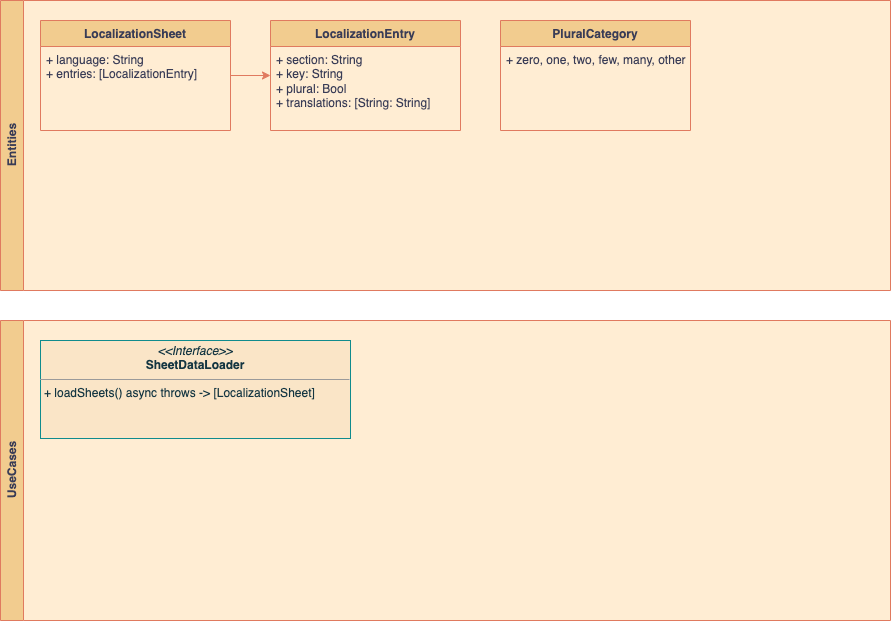
Earlier version of the draw.io export Resources/Docs/Architecture/Domain/Images/localization_domain.png (poviolabs/Lingua). Source tidied: cells renumbered, new cells last; positions are measured from the earlier drawing's top-left corner, leaving out a move shared by most shapes.
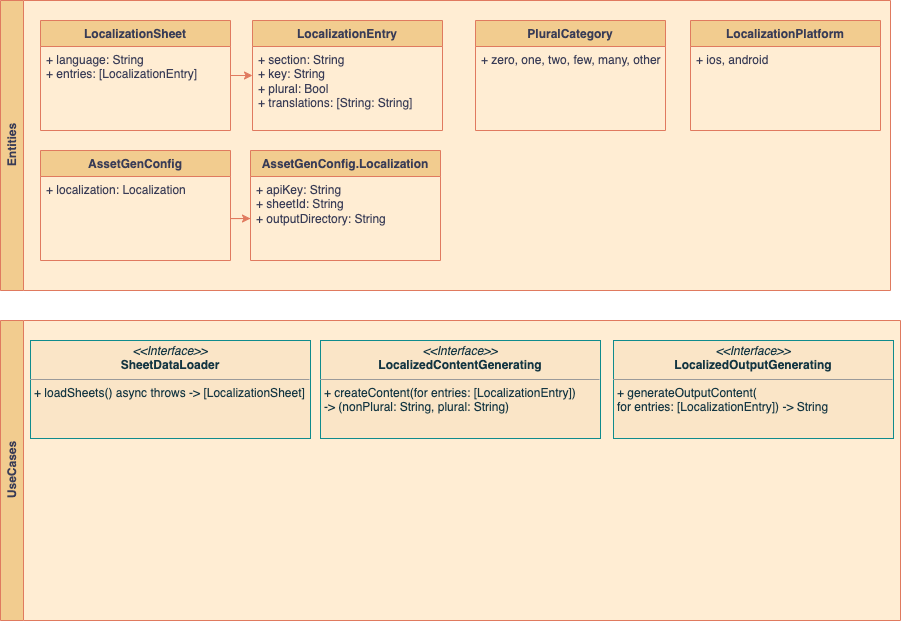
The same file after the commit.

Commit message:
Add LocalizationPlatform and AssetGenConfig entities (#22)

The edit, as a diff of the source:
```diff
@@ -6,17 +6,38 @@
       <mxGeometry width="890" height="290" as="geometry" />
     </mxCell>
     <mxCell id="3" value="LocalizationEntry" style="swimlane;fontStyle=1;align=center;verticalAlign=top;horizontal=1;startSize=26;whiteSpace=wrap;html=1;strokeColor=#E07A5F;fontColor=#393C56;fillColor=#F2CC8F;" parent="2" vertex="1">
-      <mxGeometry x="270" y="20" width="190" height="110" as="geometry" />
+      <mxGeometry x="252" y="20" width="190" height="110" as="geometry" />
     </mxCell>
     <mxCell id="4" value="+&amp;nbsp;section&lt;span style=&quot;background-color: initial;&quot;&gt;: String&lt;/span&gt;&lt;br&gt;+ key: String&lt;br&gt;+ plural: Bool&lt;br&gt;+ translations: [String: String]" style="text;strokeColor=none;fillColor=none;align=left;verticalAlign=top;spacingLeft=4;spacingRight=4;overflow=hidden;whiteSpace=wrap;html=1;fontColor=#393C56;" parent="3" vertex="1">
       <mxGeometry y="26" width="190" height="84" as="geometry" />
     </mxCell>
     <mxCell id="5" value="PluralCategory" style="swimlane;fontStyle=1;align=center;verticalAlign=top;horizontal=1;startSize=26;whiteSpace=wrap;html=1;strokeColor=#E07A5F;fontColor=#393C56;fillColor=#F2CC8F;" parent="2" vertex="1">
-      <mxGeometry x="500" y="20" width="190" height="110" as="geometry" />
+      <mxGeometry x="475" y="20" width="190" height="110" as="geometry" />
     </mxCell>
     <mxCell id="6" value="+ zero, one, two, few, many, other" style="text;strokeColor=none;fillColor=none;align=left;verticalAlign=top;spacingLeft=4;spacingRight=4;overflow=hidden;whiteSpace=wrap;html=1;fontColor=#393C56;" parent="5" vertex="1">
       <mxGeometry y="26" width="190" height="84" as="geometry" />
     </mxCell>
+    <mxCell id="12" value="LocalizationPlatform" style="swimlane;fontStyle=1;align=center;verticalAlign=top;horizontal=1;startSize=26;whiteSpace=wrap;html=1;strokeColor=#E07A5F;fontColor=#393C56;fillColor=#F2CC8F;" parent="2" vertex="1">
+      <mxGeometry x="690" y="20" width="190" height="110" as="geometry" />
+    </mxCell>
+    <mxCell id="13" value="+ ios, android" style="text;strokeColor=none;fillColor=none;align=left;verticalAlign=top;spacingLeft=4;spacingRight=4;overflow=hidden;whiteSpace=wrap;html=1;fontColor=#393C56;" parent="12" vertex="1">
+      <mxGeometry y="26" width="190" height="84" as="geometry" />
+    </mxCell>
+    <mxCell id="14" value="AssetGenConfig" style="swimlane;fontStyle=1;align=center;verticalAlign=top;horizontal=1;startSize=26;whiteSpace=wrap;html=1;strokeColor=#E07A5F;fontColor=#393C56;fillColor=#F2CC8F;" parent="2" vertex="1">
+      <mxGeometry x="40" y="150" width="190" height="110" as="geometry" />
+    </mxCell>
+    <mxCell id="15" value="+ localization:&amp;nbsp;Localization" style="text;strokeColor=none;fillColor=none;align=left;verticalAlign=top;spacingLeft=4;spacingRight=4;overflow=hidden;points=[[0,0.5],[1,0.5]];portConstraint=eastwest;whiteSpace=wrap;html=1;fontColor=#393C56;" parent="14" vertex="1">
+      <mxGeometry y="26" width="190" height="84" as="geometry" />
+    </mxCell>
+    <mxCell id="16" value="AssetGenConfig.Localization" style="swimlane;fontStyle=1;align=center;verticalAlign=top;horizontal=1;startSize=26;whiteSpace=wrap;html=1;strokeColor=#E07A5F;fontColor=#393C56;fillColor=#F2CC8F;" parent="2" vertex="1">
+      <mxGeometry x="250" y="150" width="190" height="110" as="geometry" />
+    </mxCell>
+    <mxCell id="17" value="+ apiKey: String&lt;br&gt;+ sheetId: String&lt;br&gt;+ outputDirectory: String" style="text;strokeColor=none;fillColor=none;align=left;verticalAlign=top;spacingLeft=4;spacingRight=4;overflow=hidden;points=[[0,0.5],[1,0.5]];portConstraint=eastwest;whiteSpace=wrap;html=1;fontColor=#393C56;" parent="16" vertex="1">
+      <mxGeometry y="26" width="190" height="84" as="geometry" />
+    </mxCell>
+    <mxCell id="18" style="edgeStyle=orthogonalEdgeStyle;rounded=0;jettySize=auto;html=1;entryX=0;entryY=0.5;entryDx=0;entryDy=0;strokeColor=#E07A5F;fontColor=#393C56;fillColor=#F2CC8F;" parent="2" edge="1" source="15" target="17">
+      <mxGeometry relative="1" as="geometry" />
+    </mxCell>
     <mxCell id="7" style="edgeStyle=orthogonalEdgeStyle;rounded=0;jettySize=auto;html=1;strokeColor=#E07A5F;fontColor=#393C56;fillColor=#F2CC8F;" parent="1" edge="1" source="8" target="3">
       <mxGeometry relative="1" as="geometry" />
     </mxCell>
@@ -27,10 +48,16 @@
       <mxGeometry y="26" width="190" height="84" as="geometry" />
     </mxCell>
     <mxCell id="10" value="UseCases" style="swimlane;horizontal=0;whiteSpace=wrap;html=1;strokeColor=#E07A5F;fontColor=#393C56;fillColor=#F2CC8F;glass=0;swimlaneFillColor=#FFEDD3;" parent="1" vertex="1">
-      <mxGeometry y="320" width="890" height="300" as="geometry" />
+      <mxGeometry y="320" width="900" height="300" as="geometry" />
     </mxCell>
     <mxCell id="11" value="&lt;p style=&quot;margin:0px;margin-top:4px;text-align:center;&quot;&gt;&lt;i&gt;&amp;lt;&amp;lt;Interface&amp;gt;&amp;gt;&lt;/i&gt;&lt;br&gt;&lt;b&gt;SheetDataLoader&lt;/b&gt;&lt;/p&gt;&lt;hr size=&quot;1&quot;&gt;&lt;p style=&quot;margin:0px;margin-left:4px;&quot;&gt;+ loadSheets() async throws -&amp;gt; [LocalizationSheet]&lt;/p&gt;&lt;p style=&quot;margin:0px;margin-left:4px;&quot;&gt;&lt;br&gt;&lt;/p&gt;" style="verticalAlign=top;align=left;overflow=fill;fontSize=12;fontFamily=Helvetica;html=1;rounded=0;shadow=0;comic=0;labelBackgroundColor=none;strokeWidth=1;fillColor=#FAE5C7;strokeColor=#0F8B8D;fontColor=#143642;" parent="10" vertex="1">
-      <mxGeometry x="40" y="20" width="310" height="98" as="geometry" />
+      <mxGeometry x="30" y="20" width="280" height="98" as="geometry" />
     </mxCell>
+    <mxCell id="19" value="&lt;p style=&quot;margin:0px;margin-top:4px;text-align:center;&quot;&gt;&lt;i&gt;&amp;lt;&amp;lt;Interface&amp;gt;&amp;gt;&lt;/i&gt;&lt;br&gt;&lt;b&gt;LocalizedContentGenerating&lt;/b&gt;&lt;/p&gt;&lt;hr size=&quot;1&quot;&gt;&lt;p style=&quot;margin:0px;margin-left:4px;&quot;&gt;+ createContent(for entries: [LocalizationEntry])&amp;nbsp;&lt;/p&gt;&lt;p style=&quot;margin:0px;margin-left:4px;&quot;&gt;-&amp;gt; (nonPlural: String, plural: String)&lt;/p&gt;&lt;p style=&quot;margin:0px;margin-left:4px;&quot;&gt;&lt;br&gt;&lt;/p&gt;" style="verticalAlign=top;align=left;overflow=fill;fontSize=12;fontFamily=Helvetica;html=1;rounded=0;shadow=0;comic=0;labelBackgroundColor=none;strokeWidth=1;fillColor=#FAE5C7;strokeColor=#0F8B8D;fontColor=#143642;" parent="10" vertex="1">
+      <mxGeometry x="320" y="20" width="280" height="98" as="geometry" />
+    </mxCell>
+    <mxCell id="20" value="&lt;p style=&quot;margin:0px;margin-top:4px;text-align:center;&quot;&gt;&lt;i&gt;&amp;lt;&amp;lt;Interface&amp;gt;&amp;gt;&lt;/i&gt;&lt;br&gt;&lt;b&gt;LocalizedOutputGenerating&lt;/b&gt;&lt;/p&gt;&lt;hr size=&quot;1&quot;&gt;&lt;p style=&quot;margin:0px;margin-left:4px;&quot;&gt;+ generateOutputContent(&lt;/p&gt;&lt;p style=&quot;margin:0px;margin-left:4px;&quot;&gt;for entries: [LocalizationEntry]) -&amp;gt; String&lt;/p&gt;&lt;p style=&quot;margin:0px;margin-left:4px;&quot;&gt;&lt;br&gt;&lt;/p&gt;" style="verticalAlign=top;align=left;overflow=fill;fontSize=12;fontFamily=Helvetica;html=1;rounded=0;shadow=0;comic=0;labelBackgroundColor=none;strokeWidth=1;fillColor=#FAE5C7;strokeColor=#0F8B8D;fontColor=#143642;" parent="10" vertex="1">
+      <mxGeometry x="613" y="20" width="280" height="98" as="geometry" />
+    </mxCell>
   </root>
 </mxGraphModel>
```
